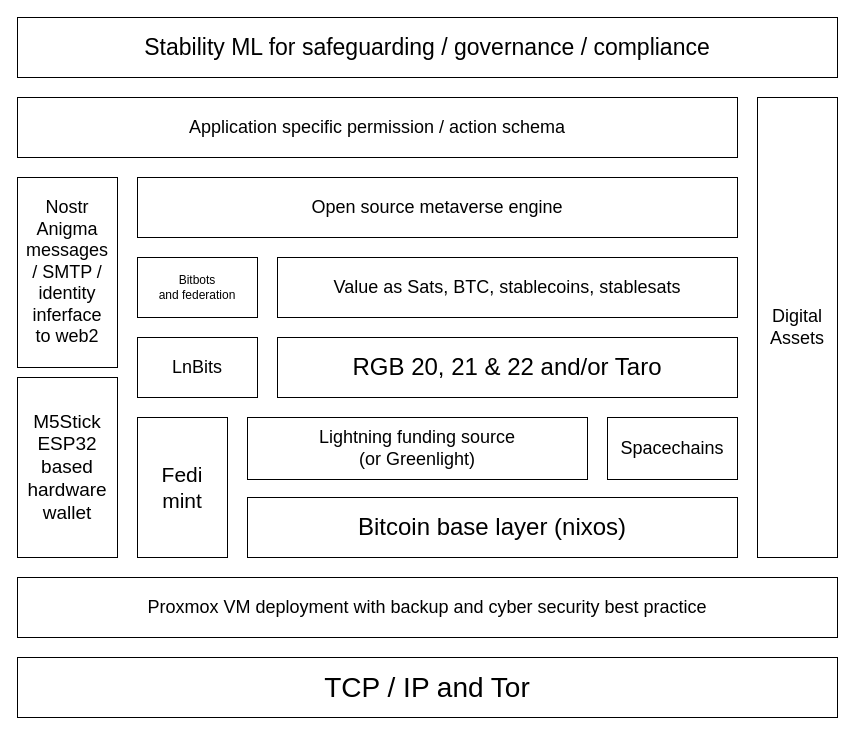
This is Book/Images/HighLevelStack.drawio from jjohare/DigiSocConvergence, a draw.io file, before an edit. Source tidied: cells renumbered, new cells numbered last; positions are measured from the earlier drawing's top-left corner, leaving out a move shared by most shapes. Both pictures are drawn from the tidied source at 100%, with x=0, y=0 at pixel (17, 17).
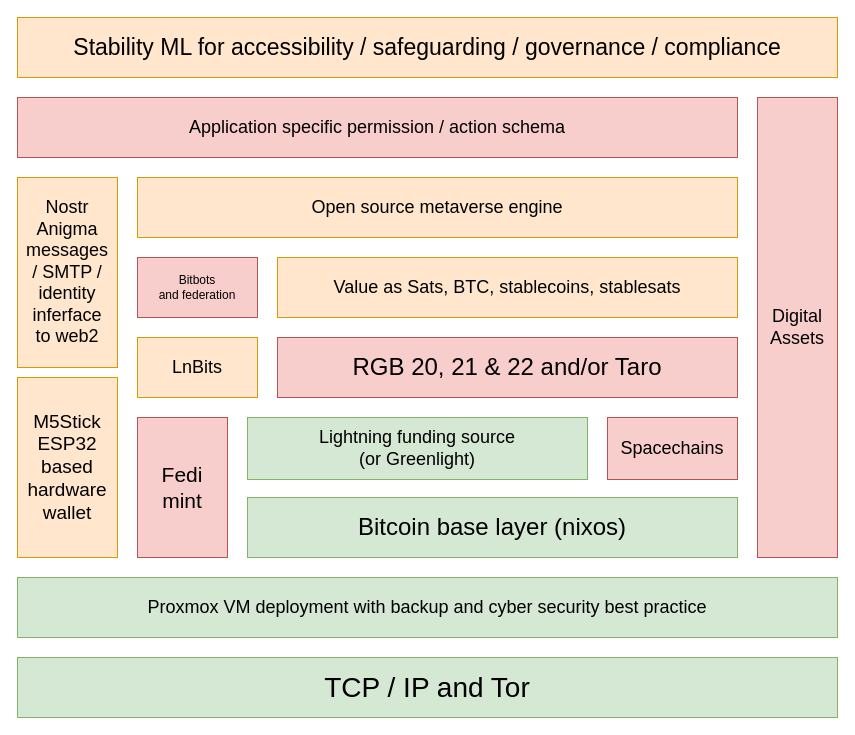
Above is the later version.

The edit, as a diff of the source:
```diff
@@
 <mxGraphModel>
   <root>
     <mxCell id="0" />
     <mxCell id="1" parent="0" />
-    <mxCell id="2" value="&lt;font style=&quot;font-size: 18px&quot;&gt;Application specific permission / action schema&lt;br&gt;&lt;/font&gt;" style="rounded=0;whiteSpace=wrap;html=1;" parent="1" vertex="1">
+    <mxCell id="2" value="&lt;font style=&quot;font-size: 18px&quot;&gt;Application specific permission / action schema&lt;br&gt;&lt;/font&gt;" style="rounded=0;whiteSpace=wrap;html=1;fillColor=#f8cecc;strokeColor=#b85450;" parent="1" vertex="1">
       <mxGeometry y="80" width="720" height="60" as="geometry" />
     </mxCell>
-    <mxCell id="3" value="&lt;div&gt;Nostr&lt;/div&gt;&lt;div&gt;Anigma&lt;br&gt;&lt;/div&gt;&lt;div&gt;messages&lt;/div&gt;&lt;div&gt;/ SMTP /&lt;br&gt;&lt;/div&gt;&lt;div&gt;identity &lt;br&gt;&lt;/div&gt;&lt;div&gt;inferface&lt;/div&gt;&lt;div&gt;to web2&lt;br&gt;&lt;/div&gt;" style="rounded=0;whiteSpace=wrap;html=1;fontSize=18;" parent="1" vertex="1">
+    <mxCell id="3" value="&lt;div&gt;Nostr&lt;/div&gt;&lt;div&gt;Anigma&lt;br&gt;&lt;/div&gt;&lt;div&gt;messages&lt;/div&gt;&lt;div&gt;/ SMTP /&lt;br&gt;&lt;/div&gt;&lt;div&gt;identity &lt;br&gt;&lt;/div&gt;&lt;div&gt;inferface&lt;/div&gt;&lt;div&gt;to web2&lt;br&gt;&lt;/div&gt;" style="rounded=0;whiteSpace=wrap;html=1;fontSize=18;fillColor=#ffe6cc;strokeColor=#d79b00;" parent="1" vertex="1">
       <mxGeometry y="160" width="100" height="190" as="geometry" />
     </mxCell>
-    <mxCell id="4" value="LnBits" style="rounded=0;whiteSpace=wrap;html=1;fontSize=18;" parent="1" vertex="1">
+    <mxCell id="4" value="LnBits" style="rounded=0;whiteSpace=wrap;html=1;fontSize=18;fillColor=#ffe6cc;strokeColor=#d79b00;" parent="1" vertex="1">
       <mxGeometry x="120" y="320" width="120" height="60" as="geometry" />
     </mxCell>
-    <mxCell id="5" value="&lt;font style=&quot;font-size: 18px&quot;&gt;Open source metaverse engine&lt;/font&gt;" style="rounded=0;whiteSpace=wrap;html=1;" parent="1" vertex="1">
+    <mxCell id="5" value="&lt;font style=&quot;font-size: 18px&quot;&gt;Open source metaverse engine&lt;/font&gt;" style="rounded=0;whiteSpace=wrap;html=1;fillColor=#ffe6cc;strokeColor=#d79b00;" parent="1" vertex="1">
       <mxGeometry x="120" y="160" width="600" height="60" as="geometry" />
     </mxCell>
-    <mxCell id="6" value="&lt;font style=&quot;font-size: 18px&quot;&gt;Value as Sats, BTC, stablecoins, stablesats&lt;br&gt;&lt;/font&gt;" style="rounded=0;whiteSpace=wrap;html=1;" parent="1" vertex="1">
+    <mxCell id="6" value="&lt;font style=&quot;font-size: 18px&quot;&gt;Value as Sats, BTC, stablecoins, stablesats&lt;br&gt;&lt;/font&gt;" style="rounded=0;whiteSpace=wrap;html=1;fillColor=#ffe6cc;strokeColor=#d79b00;" parent="1" vertex="1">
       <mxGeometry x="260" y="240" width="460" height="60" as="geometry" />
     </mxCell>
-    <mxCell id="7" value="&lt;font style=&quot;font-size: 24px;&quot;&gt;RGB 20, 21 &amp;amp; 22 and/or Taro&lt;br&gt;&lt;/font&gt;" style="rounded=0;whiteSpace=wrap;html=1;" parent="1" vertex="1">
+    <mxCell id="7" value="&lt;font style=&quot;font-size: 24px;&quot;&gt;RGB 20, 21 &amp;amp; 22 and/or Taro&lt;br&gt;&lt;/font&gt;" style="rounded=0;whiteSpace=wrap;html=1;fillColor=#f8cecc;strokeColor=#b85450;" parent="1" vertex="1">
       <mxGeometry x="260" y="320" width="460" height="60" as="geometry" />
     </mxCell>
-    <mxCell id="8" value="&lt;div&gt;&lt;font style=&quot;font-size: 18px&quot;&gt;Lightning funding source&lt;/font&gt;&lt;/div&gt;&lt;div&gt;&lt;font style=&quot;font-size: 18px&quot;&gt;(or Greenlight)&lt;br&gt; &lt;/font&gt;&lt;/div&gt;" style="rounded=0;whiteSpace=wrap;html=1;" parent="1" vertex="1">
+    <mxCell id="8" value="&lt;div&gt;&lt;font style=&quot;font-size: 18px&quot;&gt;Lightning funding source&lt;/font&gt;&lt;/div&gt;&lt;div&gt;&lt;font style=&quot;font-size: 18px&quot;&gt;(or Greenlight)&lt;br&gt; &lt;/font&gt;&lt;/div&gt;" style="rounded=0;whiteSpace=wrap;html=1;fillColor=#d5e8d4;strokeColor=#82b366;" parent="1" vertex="1">
       <mxGeometry x="230" y="400" width="340" height="62" as="geometry" />
     </mxCell>
-    <mxCell id="9" value="&lt;font style=&quot;font-size: 24px&quot;&gt;Bitcoin base layer (nixos)&lt;br&gt;&lt;/font&gt;" style="rounded=0;whiteSpace=wrap;html=1;" parent="1" vertex="1">
+    <mxCell id="9" value="&lt;font style=&quot;font-size: 24px&quot;&gt;Bitcoin base layer (nixos)&lt;br&gt;&lt;/font&gt;" style="rounded=0;whiteSpace=wrap;html=1;fillColor=#d5e8d4;strokeColor=#82b366;" parent="1" vertex="1">
       <mxGeometry x="230" y="480" width="490" height="60" as="geometry" />
     </mxCell>
-    <mxCell id="10" value="&lt;font style=&quot;font-size: 18px&quot;&gt;Proxmox VM deployment with backup and cyber security best practice&lt;/font&gt;" style="rounded=0;whiteSpace=wrap;html=1;" parent="1" vertex="1">
+    <mxCell id="10" value="&lt;font style=&quot;font-size: 18px&quot;&gt;Proxmox VM deployment with backup and cyber security best practice&lt;/font&gt;" style="rounded=0;whiteSpace=wrap;html=1;fillColor=#d5e8d4;strokeColor=#82b366;" parent="1" vertex="1">
       <mxGeometry y="560" width="820" height="60" as="geometry" />
     </mxCell>
-    <mxCell id="11" value="&lt;div&gt;Digital&lt;br&gt;&lt;/div&gt;&lt;div&gt;Assets&lt;/div&gt;" style="rounded=0;whiteSpace=wrap;html=1;fontSize=18;" parent="1" vertex="1">
+    <mxCell id="11" value="&lt;div&gt;Digital&lt;br&gt;&lt;/div&gt;&lt;div&gt;Assets&lt;/div&gt;" style="rounded=0;whiteSpace=wrap;html=1;fontSize=18;fillColor=#f8cecc;strokeColor=#b85450;" parent="1" vertex="1">
       <mxGeometry x="740" y="80" width="80" height="460" as="geometry" />
     </mxCell>
-    <mxCell id="12" value="&lt;font style=&quot;font-size: 18px;&quot;&gt;Spacechains&lt;/font&gt;" style="rounded=0;whiteSpace=wrap;html=1;" parent="1" vertex="1">
+    <mxCell id="12" value="&lt;font style=&quot;font-size: 18px;&quot;&gt;Spacechains&lt;/font&gt;" style="rounded=0;whiteSpace=wrap;html=1;fillColor=#f8cecc;strokeColor=#b85450;" parent="1" vertex="1">
       <mxGeometry x="590" y="400" width="130" height="62" as="geometry" />
     </mxCell>
-    <mxCell id="13" value="&lt;font style=&quot;font-size: 23px;&quot;&gt;Stability ML for safeguarding / governance / compliance&lt;br&gt;&lt;/font&gt;" style="rounded=0;whiteSpace=wrap;html=1;" parent="1" vertex="1">
+    <mxCell id="13" value="&lt;font style=&quot;font-size: 23px;&quot;&gt;Stability ML for accessibility / safeguarding / governance / compliance&lt;br&gt;&lt;/font&gt;" style="rounded=0;whiteSpace=wrap;html=1;fillColor=#ffe6cc;strokeColor=#d79b00;" parent="1" vertex="1">
       <mxGeometry width="820" height="60" as="geometry" />
     </mxCell>
-    <mxCell id="14" value="&lt;font style=&quot;font-size: 28px;&quot;&gt;TCP / IP and Tor&lt;br&gt;&lt;/font&gt;" style="rounded=0;whiteSpace=wrap;html=1;" parent="1" vertex="1">
+    <mxCell id="14" value="&lt;font style=&quot;font-size: 28px;&quot;&gt;TCP / IP and Tor&lt;br&gt;&lt;/font&gt;" style="rounded=0;whiteSpace=wrap;html=1;fillColor=#d5e8d4;strokeColor=#82b366;" parent="1" vertex="1">
       <mxGeometry y="640" width="820" height="60" as="geometry" />
     </mxCell>
-    <mxCell id="15" value="&lt;div style=&quot;font-size: 21px;&quot;&gt;&lt;font style=&quot;font-size: 21px;&quot;&gt;Fedi&lt;/font&gt;&lt;/div&gt;&lt;div style=&quot;font-size: 21px;&quot;&gt;&lt;font style=&quot;font-size: 21px;&quot;&gt;mint&lt;/font&gt;&lt;/div&gt;" style="rounded=0;whiteSpace=wrap;html=1;" parent="1" vertex="1">
+    <mxCell id="15" value="&lt;div style=&quot;font-size: 21px;&quot;&gt;&lt;font style=&quot;font-size: 21px;&quot;&gt;Fedi&lt;/font&gt;&lt;/div&gt;&lt;div style=&quot;font-size: 21px;&quot;&gt;&lt;font style=&quot;font-size: 21px;&quot;&gt;mint&lt;/font&gt;&lt;/div&gt;" style="rounded=0;whiteSpace=wrap;html=1;fillColor=#f8cecc;strokeColor=#b85450;" parent="1" vertex="1">
       <mxGeometry x="120" y="400" width="90" height="140" as="geometry" />
     </mxCell>
-    <mxCell id="16" value="&lt;div&gt;Bitbots&lt;/div&gt;&lt;div&gt;and federation&lt;br&gt;&lt;/div&gt;" style="rounded=0;whiteSpace=wrap;html=1;" parent="1" vertex="1">
+    <mxCell id="16" value="&lt;div&gt;Bitbots&lt;/div&gt;&lt;div&gt;and federation&lt;br&gt;&lt;/div&gt;" style="rounded=0;whiteSpace=wrap;html=1;fillColor=#f8cecc;strokeColor=#b85450;" parent="1" vertex="1">
       <mxGeometry x="120" y="240" width="120" height="60" as="geometry" />
     </mxCell>
-    <mxCell id="17" value="&lt;h3 style=&quot;font-size: 19px;&quot; class=&quot;ud-feature-title&quot;&gt;&lt;span style=&quot;font-weight: normal;&quot;&gt;M5Stick ESP32&lt;/span&gt; &lt;span style=&quot;font-weight: normal;&quot;&gt;based hardware wallet&lt;/span&gt;&lt;br&gt;&lt;/h3&gt;" style="rounded=0;whiteSpace=wrap;html=1;fontSize=18;" parent="1" vertex="1">
+    <mxCell id="17" value="&lt;h3 style=&quot;font-size: 19px;&quot; class=&quot;ud-feature-title&quot;&gt;&lt;span style=&quot;font-weight: normal;&quot;&gt;M5Stick ESP32&lt;/span&gt; &lt;span style=&quot;font-weight: normal;&quot;&gt;based hardware wallet&lt;/span&gt;&lt;br&gt;&lt;/h3&gt;" style="rounded=0;whiteSpace=wrap;html=1;fontSize=18;fillColor=#ffe6cc;strokeColor=#d79b00;" parent="1" vertex="1">
       <mxGeometry y="360" width="100" height="180" as="geometry" />
     </mxCell>
   </root>
 </mxGraphModel>
```
